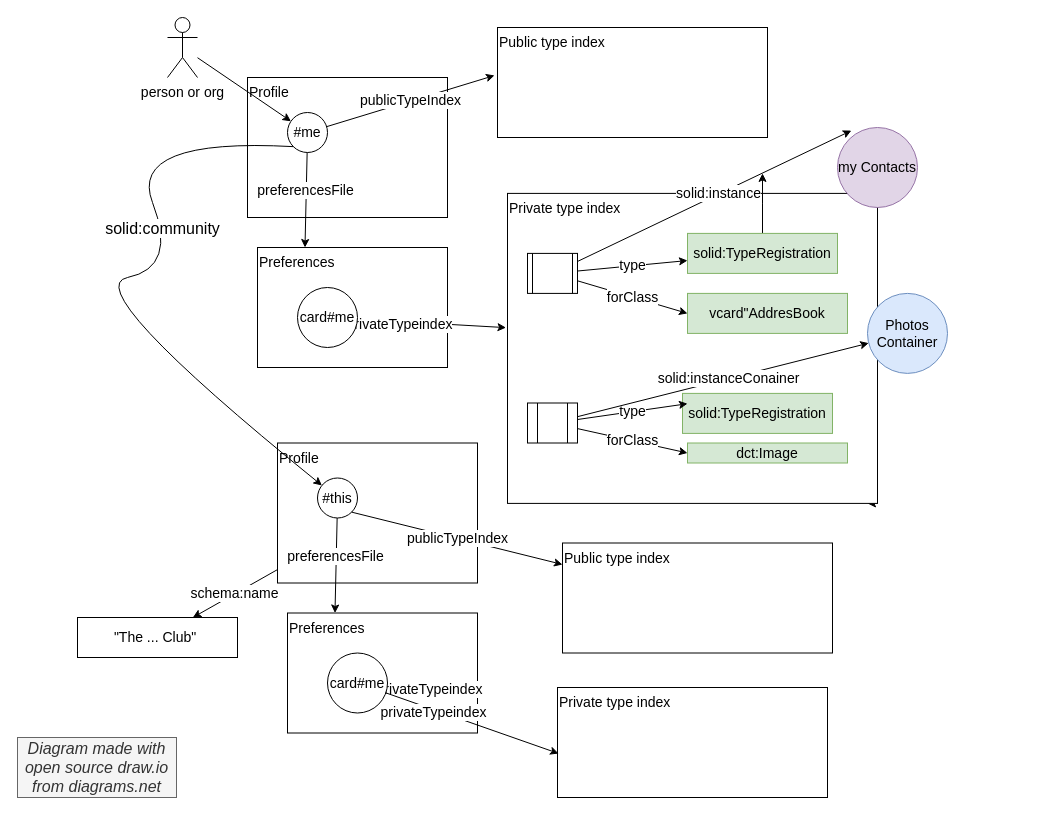
solid/webid-profile keeps this draw.io diagram as diagrams/type-indexes.drawio. Above is the earlier version. Source tidied: cells renumbered, new cells numbered last; positions are measured from the earlier drawing's top-left corner, leaving out a move shared by most shapes. Both pictures are drawn from the tidied source at 100%, with x=0, y=0 at pixel (17, 17).
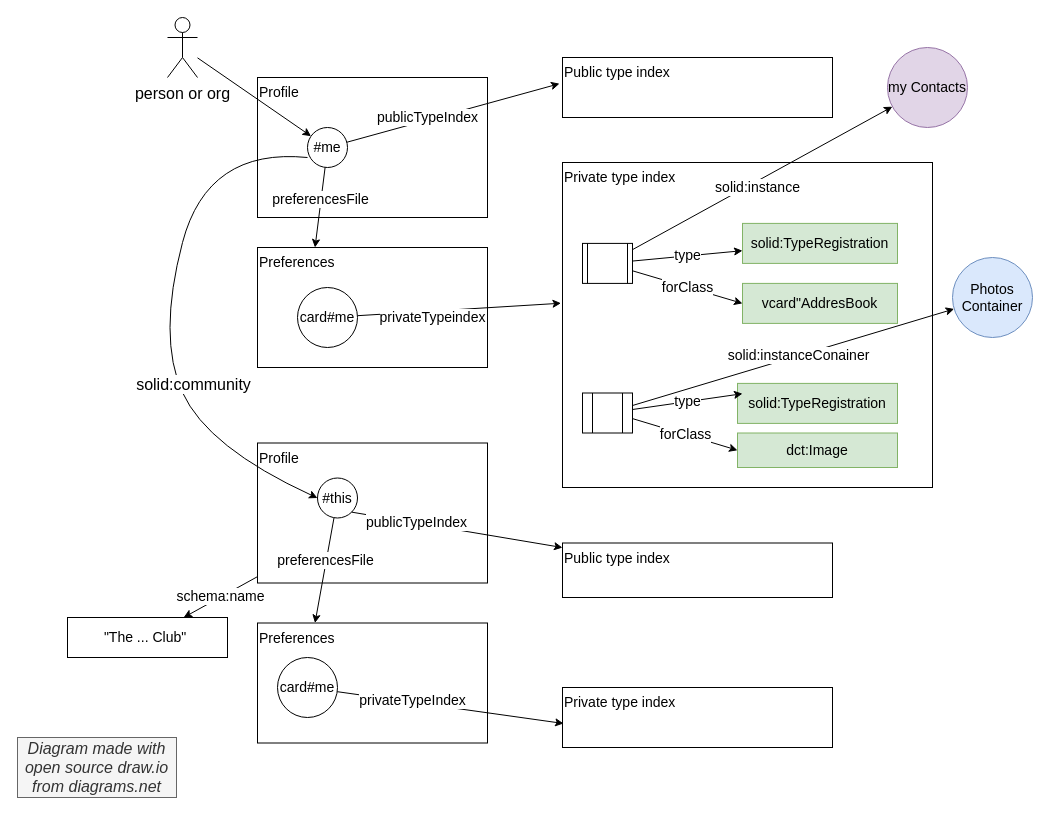
The same page after the edit.

Commit message (it also covers changes not shown here):
some details in diagram

Unchanged cells that the change refers to:
```xml
<mxCell id="10" style="endArrow=classic;html=1;rounded=0;entryX=-0.004;entryY=0.433;entryDx=0;entryDy=0;entryPerimeter=0;fontSize=14;" parent="1" edge="1" source="13" target="6">
  <mxGeometry relative="1" as="geometry" />
</mxCell>
<mxCell id="39" value="#this" style="ellipse;whiteSpace=wrap;html=1;fontSize=14;" parent="1" vertex="1">
  <mxGeometry x="300" y="460.5" width="40" height="40" as="geometry" />
</mxCell>
<mxCell id="49" style="endArrow=classic;html=1;rounded=0;entryX=0.004;entryY=0.6;entryDx=0;entryDy=0;entryPerimeter=0;fontSize=14;" parent="1" edge="1" source="43" target="48">
  <mxGeometry relative="1" as="geometry" />
</mxCell>
```

The edit, as a diff of the source:
```diff
@@
     <mxCell id="2" value="Profile" style="rounded=0;whiteSpace=wrap;html=1;align=left;verticalAlign=top;fontSize=14;" parent="1" vertex="1">
-      <mxGeometry x="230" y="60" width="200" height="140" as="geometry" />
+      <mxGeometry x="240" y="60" width="230" height="140" as="geometry" />
     </mxCell>
     <mxCell id="3" value="Preferences" style="rounded=0;whiteSpace=wrap;html=1;align=left;verticalAlign=top;fontSize=14;" parent="1" vertex="1">
-      <mxGeometry x="240" y="230" width="190" height="120" as="geometry" />
+      <mxGeometry x="240" y="230" width="230" height="120" as="geometry" />
     </mxCell>
     <mxCell id="4" value="Public type index" style="rounded=0;whiteSpace=wrap;html=1;align=left;verticalAlign=top;fontSize=14;" parent="1" vertex="1">
-      <mxGeometry x="480" y="10" width="270" height="110" as="geometry" />
+      <mxGeometry x="545" y="40" width="270" height="60" as="geometry" />
     </mxCell>
-    <mxCell id="5" style="edgeStyle=orthogonalEdgeStyle;rounded=0;jettySize=auto;html=1;exitX=1;exitY=1;exitDx=0;exitDy=0;" parent="1" edge="1" source="6">
-      <mxGeometry relative="1" as="geometry">
-        <mxPoint x="850" y="485.9" as="targetPoint" />
-      </mxGeometry>
-    </mxCell>
     <mxCell id="6" value="Private type index" style="rounded=0;whiteSpace=wrap;html=1;align=left;verticalAlign=top;fontSize=14;" parent="1" vertex="1">
-      <mxGeometry x="490" y="175.9" width="370" height="310" as="geometry" />
+      <mxGeometry x="545" y="145" width="370" height="325" as="geometry" />
     </mxCell>
     <mxCell id="7" value="#me" style="ellipse;whiteSpace=wrap;html=1;fontSize=14;" parent="1" vertex="1">
-      <mxGeometry x="270" y="95" width="40" height="40" as="geometry" />
+      <mxGeometry x="290" y="110" width="40" height="40" as="geometry" />
     </mxCell>
@@
     <mxCell id="11" value="privateTypeindex&lt;br style=&quot;font-size: 14px;&quot;&gt;" style="edgeLabel;html=1;align=center;verticalAlign=middle;fontSize=14;" parent="10" vertex="1">
-      <mxGeometry x="-0.44" y="-2" relative="1" as="geometry" />
+      <mxGeometry x="-0.44" y="-2" relative="1" as="geometry">
+        <mxPoint x="18" y="3" as="offset" />
+      </mxGeometry>
     </mxCell>
     <mxCell id="12" value="publicTypeIndex" style="endArrow=classic;html=1;rounded=0;entryX=-0.011;entryY=0.436;entryDx=0;entryDy=0;entryPerimeter=0;fontSize=14;" parent="1" edge="1" source="7" target="4">
-      <mxGeometry relative="1" as="geometry" />
+      <mxGeometry x="-0.24" y="2" relative="1" as="geometry">
+        <mxPoint y="-1" as="offset" />
+      </mxGeometry>
     </mxCell>
@@
     <mxCell id="14" value="my Contacts" style="ellipse;whiteSpace=wrap;html=1;fontSize=14;fillColor=#e1d5e7;strokeColor=#9673a6;" parent="1" vertex="1">
-      <mxGeometry x="820" y="110" width="80" height="80" as="geometry" />
+      <mxGeometry x="870" y="30" width="80" height="80" as="geometry" />
     </mxCell>
     <mxCell id="15" value="&lt;span style=&quot;font-size: 14px;&quot;&gt;vcard&quot;AddresBook&lt;/span&gt;" style="rounded=0;whiteSpace=wrap;html=1;fontSize=14;fillColor=#d5e8d4;strokeColor=#82b366;" parent="1" vertex="1">
-      <mxGeometry x="670" y="275.9" width="160" height="40" as="geometry" />
+      <mxGeometry x="725" y="265.9" width="155" height="40" as="geometry" />
     </mxCell>
     <mxCell id="16" style="shape=process;whiteSpace=wrap;html=1;backgroundOutline=1;fontSize=14;" parent="1" vertex="1">
-      <mxGeometry x="510" y="235.9" width="50" height="40" as="geometry" />
+      <mxGeometry x="565" y="225.9" width="50" height="40" as="geometry" />
     </mxCell>
@@
-    <mxCell id="18" style="edgeStyle=orthogonalEdgeStyle;rounded=0;jettySize=auto;html=1;" parent="1" edge="1" source="19">
-      <mxGeometry relative="1" as="geometry">
-        <mxPoint x="745" y="155.9" as="targetPoint" />
-      </mxGeometry>
-    </mxCell>
     <mxCell id="19" value="solid:TypeRegistration" style="rounded=0;whiteSpace=wrap;html=1;fontSize=14;fillColor=#d5e8d4;strokeColor=#82b366;" parent="1" vertex="1">
-      <mxGeometry x="670" y="215.9" width="150" height="40" as="geometry" />
+      <mxGeometry x="725" y="205.9" width="155" height="40" as="geometry" />
     </mxCell>
@@
-    <mxCell id="21" style="endArrow=classic;html=1;rounded=0;fontSize=14;" parent="1" edge="1" source="16">
-      <mxGeometry relative="1" as="geometry">
-        <mxPoint x="833.9" y="113.1" as="targetPoint" />
-      </mxGeometry>
+    <mxCell id="21" style="endArrow=classic;html=1;rounded=0;fontSize=14;" parent="1" edge="1" source="16" target="14">
+      <mxGeometry relative="1" as="geometry" />
     </mxCell>
     <mxCell id="22" value="solid:instance" style="edgeLabel;html=1;align=center;verticalAlign=middle;fontSize=14;" parent="21" vertex="1">
-      <mxGeometry x="0.03" y="1" relative="1" as="geometry" />
+      <mxGeometry x="0.03" y="1" relative="1" as="geometry">
+        <mxPoint x="-9" y="12" as="offset" />
+      </mxGeometry>
     </mxCell>
-    <mxCell id="23" value="person or org" style="shape=umlActor;verticalLabelPosition=bottom;verticalAlign=top;html=1;outlineConnect=0;fontSize=14;" parent="1" vertex="1">
+    <mxCell id="23" value="&lt;font style=&quot;font-size: 16px;&quot;&gt;person or org&lt;/font&gt;" style="shape=umlActor;verticalLabelPosition=bottom;verticalAlign=top;html=1;outlineConnect=0;fontSize=14;" parent="1" vertex="1">
       <mxGeometry x="150" width="30" height="60" as="geometry" />
     </mxCell>
@@
     <mxCell id="25" value="&quot;The ... Club&quot;&amp;nbsp;" style="rounded=0;whiteSpace=wrap;html=1;fontSize=14;" parent="1" vertex="1">
-      <mxGeometry x="60" y="600" width="160" height="40" as="geometry" />
+      <mxGeometry x="50" y="600" width="160" height="40" as="geometry" />
     </mxCell>
@@
     <mxCell id="27" value="dct:Image" style="rounded=0;whiteSpace=wrap;html=1;fontSize=14;fillColor=#d5e8d4;strokeColor=#82b366;" parent="1" vertex="1">
-      <mxGeometry x="670" y="425.5" width="160" height="20" as="geometry" />
+      <mxGeometry x="720" y="415.5" width="160" height="34.5" as="geometry" />
     </mxCell>
     <mxCell id="28" style="shape=process;whiteSpace=wrap;html=1;backgroundOutline=1;fontSize=14;size=0.2;" parent="1" vertex="1">
-      <mxGeometry x="510" y="385.5" width="50" height="40" as="geometry" />
+      <mxGeometry x="565" y="375.5" width="50" height="40" as="geometry" />
     </mxCell>
     <mxCell id="29" value="forClass" style="endArrow=classic;html=1;rounded=0;entryX=0;entryY=0.5;entryDx=0;entryDy=0;fontSize=14;" parent="1" edge="1" target="27">
       <mxGeometry relative="1" as="geometry">
-        <mxPoint x="560" y="411.1" as="sourcePoint" />
+        <mxPoint x="615" y="401.1" as="sourcePoint" />
       </mxGeometry>
     </mxCell>
     <mxCell id="30" value="solid:TypeRegistration" style="rounded=0;whiteSpace=wrap;html=1;fontSize=14;fillColor=#d5e8d4;strokeColor=#82b366;" parent="1" vertex="1">
-      <mxGeometry x="665" y="375.9" width="150" height="40" as="geometry" />
+      <mxGeometry x="720" y="365.9" width="160" height="40" as="geometry" />
     </mxCell>
     <mxCell id="31" value="type" style="endArrow=classic;html=1;rounded=0;fontSize=14;" parent="1" edge="1">
       <mxGeometry relative="1" as="geometry">
-        <mxPoint x="560" y="402" as="sourcePoint" />
-        <mxPoint x="670" y="386.2" as="targetPoint" />
+        <mxPoint x="615" y="392" as="sourcePoint" />
+        <mxPoint x="725" y="376.2" as="targetPoint" />
       </mxGeometry>
     </mxCell>
     <mxCell id="32" value="Photos Container" style="ellipse;whiteSpace=wrap;html=1;fontSize=14;fillColor=#dae8fc;strokeColor=#6c8ebf;" parent="1" vertex="1">
-      <mxGeometry x="850" y="275.9" width="80" height="80" as="geometry" />
+      <mxGeometry x="935" y="240" width="80" height="80" as="geometry" />
     </mxCell>
@@
     <mxCell id="37" value="Profile" style="rounded=0;whiteSpace=wrap;html=1;align=left;verticalAlign=top;fontSize=14;" parent="1" vertex="1">
-      <mxGeometry x="260" y="425.5" width="200" height="140" as="geometry" />
+      <mxGeometry x="240" y="425.5" width="230" height="140" as="geometry" />
     </mxCell>
     <mxCell id="38" value="Preferences" style="rounded=0;whiteSpace=wrap;html=1;align=left;verticalAlign=top;fontSize=14;" parent="1" vertex="1">
-      <mxGeometry x="270" y="595.5" width="190" height="120" as="geometry" />
+      <mxGeometry x="240" y="605.5" width="230" height="120" as="geometry" />
     </mxCell>
@@
-    <mxCell id="42" value="privateTypeindex&lt;br style=&quot;font-size: 14px;&quot;&gt;" style="edgeLabel;html=1;align=center;verticalAlign=middle;fontSize=14;" parent="1" vertex="1">
-      <mxGeometry x="411.8" y="671.6" as="geometry" />
-    </mxCell>
     <mxCell id="43" value="card#me" style="ellipse;whiteSpace=wrap;html=1;fontSize=14;" parent="1" vertex="1">
-      <mxGeometry x="310" y="635.5" width="60" height="60" as="geometry" />
+      <mxGeometry x="260" y="640" width="60" height="60" as="geometry" />
     </mxCell>
-    <mxCell id="44" style="curved=1;endArrow=classic;html=1;rounded=0;exitX=0;exitY=1;exitDx=0;exitDy=0;" parent="1" edge="1" source="7" target="39">
+    <mxCell id="44" style="curved=1;endArrow=classic;html=1;rounded=0;entryX=0;entryY=0.5;entryDx=0;entryDy=0;" parent="1" edge="1" target="39">
       <mxGeometry relative="1" as="geometry">
+        <mxPoint x="290" y="140" as="sourcePoint" />
         <Array as="points">
-          <mxPoint x="110" y="120" />
-          <mxPoint x="160" y="250" />
-          <mxPoint x="60" y="270" />
+          <mxPoint x="190" y="130" />
+          <mxPoint x="140" y="320" />
+          <mxPoint x="190" y="430" />
         </Array>
       </mxGeometry>
     </mxCell>
     <mxCell id="45" value="solid:community" style="edgeLabel;html=1;align=center;verticalAlign=middle;fontSize=16;" parent="44" vertex="1">
       <mxGeometry x="-0.27" y="-1" relative="1" as="geometry">
-        <mxPoint x="1" as="offset" />
+        <mxPoint x="11" y="143" as="offset" />
       </mxGeometry>
     </mxCell>
     <mxCell id="46" value="Public type index" style="rounded=0;whiteSpace=wrap;html=1;align=left;verticalAlign=top;fontSize=14;" parent="1" vertex="1">
-      <mxGeometry x="545" y="525.5" width="270" height="110" as="geometry" />
+      <mxGeometry x="545" y="525.5" width="270" height="54.5" as="geometry" />
     </mxCell>
     <mxCell id="47" value="publicTypeIndex" style="endArrow=classic;html=1;rounded=0;fontSize=14;exitX=1;exitY=1;exitDx=0;exitDy=0;" parent="1" edge="1" source="39" target="46">
-      <mxGeometry relative="1" as="geometry" />
+      <mxGeometry x="-0.38" y="1" relative="1" as="geometry" />
     </mxCell>
     <mxCell id="48" value="Private type index" style="rounded=0;whiteSpace=wrap;html=1;align=left;verticalAlign=top;fontSize=14;" parent="1" vertex="1">
-      <mxGeometry x="540" y="670" width="270" height="110" as="geometry" />
+      <mxGeometry x="545" y="670" width="270" height="60" as="geometry" />
     </mxCell>
@@
-    <mxCell id="50" value="privateTypeindex&lt;br style=&quot;font-size: 14px;&quot;&gt;" style="edgeLabel;html=1;align=center;verticalAlign=middle;fontSize=14;" parent="49" vertex="1">
-      <mxGeometry x="-0.44" y="-2" relative="1" as="geometry" />
-    </mxCell>
+    <mxCell id="51" value="&lt;font style=&quot;font-size: 14px;&quot;&gt;privateTypeIndex&lt;/font&gt;" style="edgeLabel;html=1;align=center;verticalAlign=middle;" parent="49" vertex="1">
+      <mxGeometry x="-0.34" y="2" relative="1" as="geometry" />
+    </mxCell>
```
